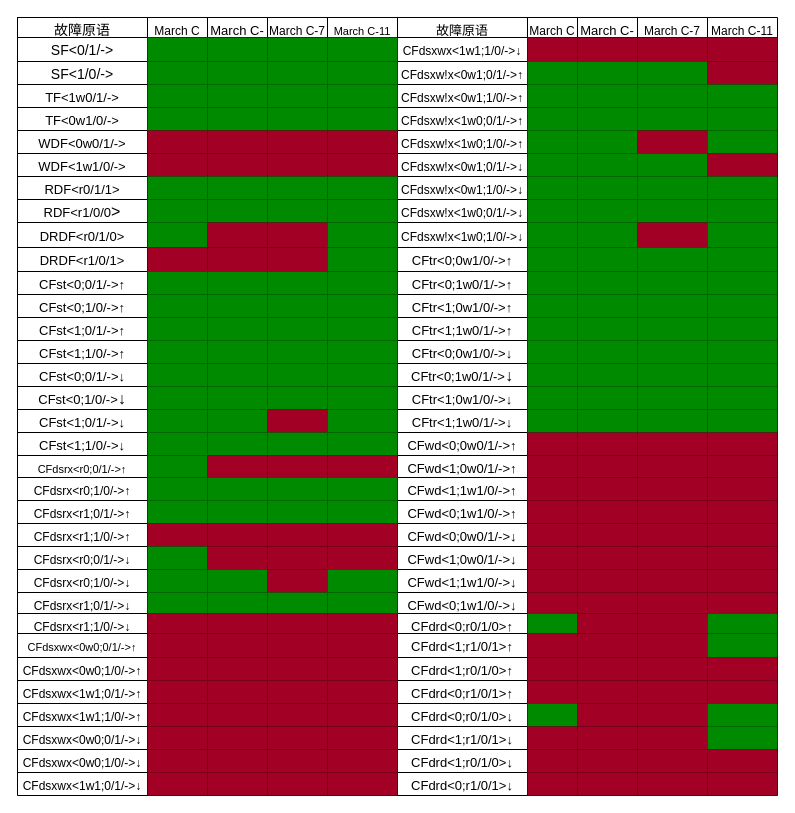
shanshan-lu/homwork keeps this draw.io diagram as doc/compare1.drawio. Above is the earlier version. Source tidied: cells renumbered, new cells numbered last; positions are measured from the earlier drawing's top-left corner, leaving out a move shared by most shapes. Both pictures are drawn from the tidied source at 100%, with x=0, y=0 at pixel (17, 17).
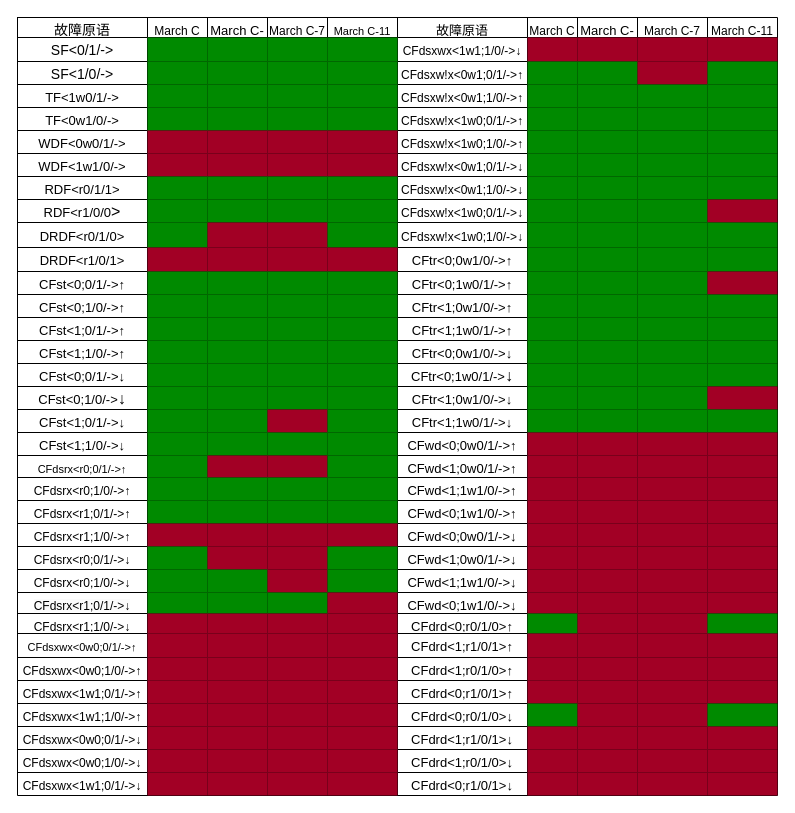
After the change.

The change refers to these unchanged cells:
```xml
<mxCell id="25" style="shape=tableRow;horizontal=0;startSize=0;swimlaneHead=0;swimlaneBody=0;strokeColor=inherit;top=0;left=0;bottom=0;right=0;fillColor=none;fontSize=16;" parent="2" vertex="1">
  <mxGeometry y="44" width="760" height="23" as="geometry" />
</mxCell>
<mxCell id="58" style="shape=tableRow;horizontal=0;startSize=0;swimlaneHead=0;swimlaneBody=0;strokeColor=inherit;top=0;left=0;bottom=0;right=0;fillColor=none;fontSize=16;" parent="2" vertex="1">
  <mxGeometry y="113" width="760" height="23" as="geometry" />
</mxCell>
<mxCell id="69" style="shape=tableRow;horizontal=0;startSize=0;swimlaneHead=0;swimlaneBody=0;strokeColor=inherit;top=0;left=0;bottom=0;right=0;fillColor=none;fontSize=16;" parent="2" vertex="1">
  <mxGeometry y="136" width="760" height="23" as="geometry" />
</mxCell>
<mxCell id="91" style="shape=tableRow;horizontal=0;startSize=0;swimlaneHead=0;swimlaneBody=0;strokeColor=inherit;top=0;left=0;bottom=0;right=0;fillColor=none;fontSize=16;" parent="2" vertex="1">
  <mxGeometry y="182" width="760" height="23" as="geometry" />
</mxCell>
<mxCell id="102" style="shape=tableRow;horizontal=0;startSize=0;swimlaneHead=0;swimlaneBody=0;strokeColor=inherit;top=0;left=0;bottom=0;right=0;fillColor=none;fontSize=16;" parent="2" vertex="1">
  <mxGeometry y="205" width="760" height="25" as="geometry" />
</mxCell>
<mxCell id="113" style="shape=tableRow;horizontal=0;startSize=0;swimlaneHead=0;swimlaneBody=0;strokeColor=inherit;top=0;left=0;bottom=0;right=0;fillColor=none;fontSize=16;" parent="2" vertex="1">
  <mxGeometry y="230" width="760" height="24" as="geometry" />
</mxCell>
<mxCell id="124" style="shape=tableRow;horizontal=0;startSize=0;swimlaneHead=0;swimlaneBody=0;strokeColor=inherit;top=0;left=0;bottom=0;right=0;fillColor=none;fontSize=16;" parent="2" vertex="1">
  <mxGeometry y="254" width="760" height="23" as="geometry" />
</mxCell>
<mxCell id="179" style="shape=tableRow;horizontal=0;startSize=0;swimlaneHead=0;swimlaneBody=0;strokeColor=inherit;top=0;left=0;bottom=0;right=0;fillColor=none;fontSize=16;" parent="2" vertex="1">
  <mxGeometry y="369" width="760" height="23" as="geometry" />
</mxCell>
<mxCell id="212" style="shape=tableRow;horizontal=0;startSize=0;swimlaneHead=0;swimlaneBody=0;strokeColor=inherit;top=0;left=0;bottom=0;right=0;fillColor=none;fontSize=16;" parent="2" vertex="1">
  <mxGeometry y="438" width="760" height="22" as="geometry" />
</mxCell>
<mxCell id="256" style="shape=tableRow;horizontal=0;startSize=0;swimlaneHead=0;swimlaneBody=0;strokeColor=inherit;top=0;left=0;bottom=0;right=0;fillColor=none;fontSize=16;" parent="2" vertex="1">
  <mxGeometry y="529" width="760" height="23" as="geometry" />
</mxCell>
<mxCell id="278" style="shape=tableRow;horizontal=0;startSize=0;swimlaneHead=0;swimlaneBody=0;strokeColor=inherit;top=0;left=0;bottom=0;right=0;fillColor=none;fontSize=16;" parent="2" vertex="1">
  <mxGeometry y="575" width="760" height="21" as="geometry" />
</mxCell>
<mxCell id="300" style="shape=tableRow;horizontal=0;startSize=0;swimlaneHead=0;swimlaneBody=0;strokeColor=inherit;top=0;left=0;bottom=0;right=0;fillColor=none;fontSize=16;" parent="2" vertex="1">
  <mxGeometry y="616" width="760" height="24" as="geometry" />
</mxCell>
<mxCell id="344" style="shape=tableRow;horizontal=0;startSize=0;swimlaneHead=0;swimlaneBody=0;strokeColor=inherit;top=0;left=0;bottom=0;right=0;fillColor=none;fontSize=16;" parent="2" vertex="1">
  <mxGeometry y="709" width="760" height="23" as="geometry" />
</mxCell>
```

Change to the diagram source:
```diff
@@
-    <mxCell id="34" style="shape=partialRectangle;html=1;whiteSpace=wrap;strokeColor=#005700;overflow=hidden;fillColor=#008a00;top=0;left=0;bottom=0;right=0;fontSize=16;fontColor=#ffffff;" parent="25" vertex="1">
+    <mxCell id="34" style="shape=partialRectangle;html=1;whiteSpace=wrap;strokeColor=#6F0000;overflow=hidden;fillColor=#a20025;top=0;left=0;bottom=0;right=0;fontSize=16;fontColor=#ffffff;" parent="25" vertex="1">
       <mxGeometry x="620" width="70" height="23" as="geometry" />
     </mxCell>
-    <mxCell id="35" style="shape=partialRectangle;html=1;whiteSpace=wrap;strokeColor=#6F0000;overflow=hidden;fillColor=#a20025;top=0;left=0;bottom=0;right=0;fontSize=16;fontColor=#ffffff;" parent="25" vertex="1">
+    <mxCell id="35" style="shape=partialRectangle;html=1;whiteSpace=wrap;strokeColor=#005700;overflow=hidden;fillColor=#008a00;top=0;left=0;bottom=0;right=0;fontSize=16;fontColor=#ffffff;" parent="25" vertex="1">
       <mxGeometry x="690" width="70" height="23" as="geometry" />
     </mxCell>
@@
-    <mxCell id="67" style="shape=partialRectangle;html=1;whiteSpace=wrap;strokeColor=#6F0000;overflow=hidden;fillColor=#a20025;top=0;left=0;bottom=0;right=0;fontSize=16;fontColor=#ffffff;" parent="58" vertex="1">
+    <mxCell id="67" style="shape=partialRectangle;html=1;whiteSpace=wrap;strokeColor=#005700;overflow=hidden;fillColor=#008a00;top=0;left=0;bottom=0;right=0;fontSize=16;fontColor=#ffffff;" parent="58" vertex="1">
       <mxGeometry x="620" width="70" height="23" as="geometry" />
     </mxCell>
@@
-    <mxCell id="79" style="shape=partialRectangle;html=1;whiteSpace=wrap;strokeColor=#6F0000;overflow=hidden;fillColor=#a20025;top=0;left=0;bottom=0;right=0;fontSize=16;fontColor=#ffffff;" parent="69" vertex="1">
+    <mxCell id="79" style="shape=partialRectangle;html=1;whiteSpace=wrap;strokeColor=#005700;overflow=hidden;fillColor=#008a00;top=0;left=0;bottom=0;right=0;fontSize=16;fontColor=#ffffff;" parent="69" vertex="1">
       <mxGeometry x="690" width="70" height="23" as="geometry" />
     </mxCell>
@@
-    <mxCell id="101" style="shape=partialRectangle;html=1;whiteSpace=wrap;strokeColor=#005700;overflow=hidden;fillColor=#008a00;top=0;left=0;bottom=0;right=0;fontSize=16;fontColor=#ffffff;" parent="91" vertex="1">
+    <mxCell id="101" style="shape=partialRectangle;html=1;whiteSpace=wrap;strokeColor=#6F0000;overflow=hidden;fillColor=#a20025;top=0;left=0;bottom=0;right=0;fontSize=16;fontColor=#ffffff;" parent="91" vertex="1">
       <mxGeometry x="690" width="70" height="23" as="geometry" />
     </mxCell>
@@
-    <mxCell id="111" style="shape=partialRectangle;html=1;whiteSpace=wrap;strokeColor=#6F0000;overflow=hidden;fillColor=#a20025;top=0;left=0;bottom=0;right=0;fontSize=16;fontColor=#ffffff;" parent="102" vertex="1">
+    <mxCell id="111" style="shape=partialRectangle;html=1;whiteSpace=wrap;strokeColor=#005700;overflow=hidden;fillColor=#008a00;top=0;left=0;bottom=0;right=0;fontSize=16;fontColor=#ffffff;" parent="102" vertex="1">
       <mxGeometry x="620" width="70" height="25" as="geometry" />
     </mxCell>
@@
-    <mxCell id="118" style="shape=partialRectangle;html=1;whiteSpace=wrap;strokeColor=#005700;overflow=hidden;fillColor=#008a00;top=0;left=0;bottom=0;right=0;fontSize=16;fontColor=#ffffff;" parent="113" vertex="1">
+    <mxCell id="118" style="shape=partialRectangle;html=1;whiteSpace=wrap;strokeColor=#6F0000;overflow=hidden;fillColor=#a20025;top=0;left=0;bottom=0;right=0;fontSize=16;fontColor=#ffffff;" parent="113" vertex="1">
       <mxGeometry x="310" width="70" height="24" as="geometry" />
     </mxCell>
@@
-    <mxCell id="134" style="shape=partialRectangle;html=1;whiteSpace=wrap;strokeColor=#005700;overflow=hidden;fillColor=#008a00;top=0;left=0;bottom=0;right=0;fontSize=16;fontColor=#ffffff;" parent="124" vertex="1">
+    <mxCell id="134" style="shape=partialRectangle;html=1;whiteSpace=wrap;strokeColor=#6F0000;overflow=hidden;fillColor=#a20025;top=0;left=0;bottom=0;right=0;fontSize=16;fontColor=#ffffff;" parent="124" vertex="1">
       <mxGeometry x="690" width="70" height="23" as="geometry" />
     </mxCell>
@@
-    <mxCell id="189" style="shape=partialRectangle;html=1;whiteSpace=wrap;strokeColor=#005700;overflow=hidden;fillColor=#008a00;top=0;left=0;bottom=0;right=0;fontSize=16;fontColor=#ffffff;" parent="179" vertex="1">
+    <mxCell id="189" style="shape=partialRectangle;html=1;whiteSpace=wrap;strokeColor=#6F0000;overflow=hidden;fillColor=#a20025;top=0;left=0;bottom=0;right=0;fontSize=16;fontColor=#ffffff;" parent="179" vertex="1">
       <mxGeometry x="690" width="70" height="23" as="geometry" />
     </mxCell>
@@
-    <mxCell id="217" style="shape=partialRectangle;html=1;whiteSpace=wrap;strokeColor=#6F0000;overflow=hidden;fillColor=#a20025;top=0;left=0;bottom=0;right=0;fontSize=16;fontColor=#ffffff;" parent="212" vertex="1">
+    <mxCell id="217" style="shape=partialRectangle;html=1;whiteSpace=wrap;strokeColor=#005700;overflow=hidden;fillColor=#008a00;top=0;left=0;bottom=0;right=0;fontSize=16;fontColor=#ffffff;" parent="212" vertex="1">
       <mxGeometry x="310" width="70" height="22" as="geometry" />
     </mxCell>
@@
-    <mxCell id="261" style="shape=partialRectangle;html=1;whiteSpace=wrap;strokeColor=#6F0000;overflow=hidden;fillColor=#a20025;top=0;left=0;bottom=0;right=0;fontSize=16;fontColor=#ffffff;" parent="256" vertex="1">
+    <mxCell id="261" style="shape=partialRectangle;html=1;whiteSpace=wrap;strokeColor=#005700;overflow=hidden;fillColor=#008a00;top=0;left=0;bottom=0;right=0;fontSize=16;fontColor=#ffffff;" parent="256" vertex="1">
       <mxGeometry x="310" width="70" height="23" as="geometry" />
     </mxCell>
@@
-    <mxCell id="283" style="shape=partialRectangle;html=1;whiteSpace=wrap;strokeColor=#005700;overflow=hidden;fillColor=#008a00;top=0;left=0;bottom=0;right=0;fontSize=16;fontColor=#ffffff;" parent="278" vertex="1">
+    <mxCell id="283" style="shape=partialRectangle;html=1;whiteSpace=wrap;strokeColor=#6F0000;overflow=hidden;fillColor=#a20025;top=0;left=0;bottom=0;right=0;fontSize=16;fontColor=#ffffff;" parent="278" vertex="1">
       <mxGeometry x="310" width="70" height="21" as="geometry" />
     </mxCell>
@@
-    <mxCell id="310" style="shape=partialRectangle;html=1;whiteSpace=wrap;strokeColor=#005700;overflow=hidden;fillColor=#008a00;top=0;left=0;bottom=0;right=0;fontSize=16;fontColor=#ffffff;" parent="300" vertex="1">
+    <mxCell id="310" style="shape=partialRectangle;html=1;whiteSpace=wrap;strokeColor=#6F0000;overflow=hidden;fillColor=#a20025;top=0;left=0;bottom=0;right=0;fontSize=16;fontColor=#ffffff;" parent="300" vertex="1">
       <mxGeometry x="690" width="70" height="24" as="geometry" />
     </mxCell>
@@
-    <mxCell id="354" style="shape=partialRectangle;html=1;whiteSpace=wrap;strokeColor=#005700;overflow=hidden;fillColor=#008a00;top=0;left=0;bottom=0;right=0;fontSize=16;fontColor=#ffffff;" parent="344" vertex="1">
+    <mxCell id="354" style="shape=partialRectangle;html=1;whiteSpace=wrap;strokeColor=#6F0000;overflow=hidden;fillColor=#a20025;top=0;left=0;bottom=0;right=0;fontSize=16;fontColor=#ffffff;" parent="344" vertex="1">
       <mxGeometry x="690" width="70" height="23" as="geometry" />
     </mxCell>
```
